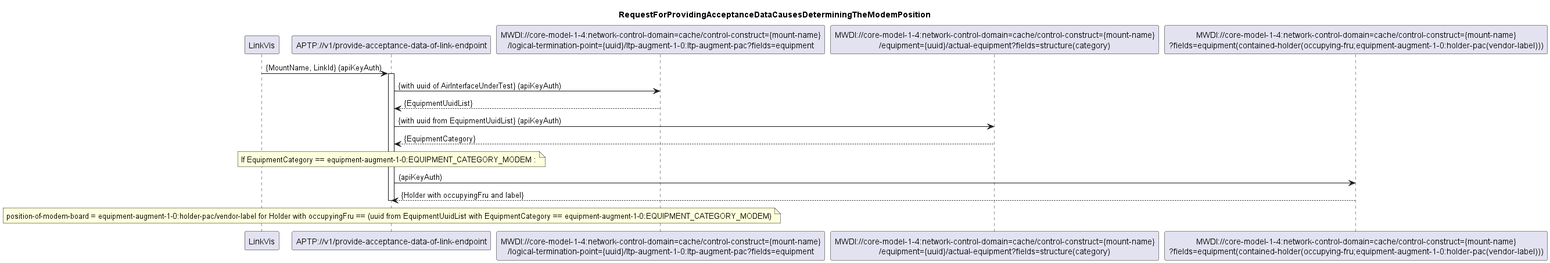
Earlier version of the PlantUML export spec/diagrams/ProvideAcceptanceDataOfLinkEndpoint/150_ModemPosition.png (openBackhaul/AccessPlanningToolProxy). The source it was exported from:
```plantuml
@startuml 150_ModemPosition
skinparam responseMessageBelowArrow true

title
RequestForProvidingAcceptanceDataCausesDeterminingTheModemPosition
end title

participant "LinkVis" as LinkVis
participant "APTP://v1/provide-acceptance-data-of-link-endpoint" as APTP
participant "MWDI://core-model-1-4:network-control-domain=cache/control-construct={mount-name}\n/logical-termination-point={uuid}/ltp-augment-1-0:ltp-augment-pac?fields=equipment" as EquipmentUuid
participant "MWDI://core-model-1-4:network-control-domain=cache/control-construct={mount-name}\n/equipment={uuid}/actual-equipment?fields=structure(category)" as EquipmentCategory
participant "MWDI://core-model-1-4:network-control-domain=cache/control-construct={mount-name}\n?fields=equipment(contained-holder(occupying-fru;equipment-augment-1-0:holder-pac(vendor-label)))" as HolderLabel


LinkVis -> APTP: {MountName, LinkId} (apiKeyAuth)
activate APTP

APTP -> EquipmentUuid: {with uuid of AirInterfaceUnderTest} (apiKeyAuth)
EquipmentUuid --> APTP: {EquipmentUuidList}

APTP -> EquipmentCategory: {with uuid from EquipmentUuidList} (apiKeyAuth)
EquipmentCategory --> APTP: {EquipmentCategory}

note over APTP
If EquipmentCategory == equipment-augment-1-0:EQUIPMENT_CATEGORY_MODEM :
end note

APTP -> HolderLabel: (apiKeyAuth)
HolderLabel --> APTP: {Holder with occupyingFru and label}

note over APTP
position-of-modem-board = equipment-augment-1-0:holder-pac/vendor-label for Holder with occupyingFru == (uuid from EquipmentUuidList with EquipmentCategory == equipment-augment-1-0:EQUIPMENT_CATEGORY_MODEM)
end note

deactivate APTP

@enduml
```
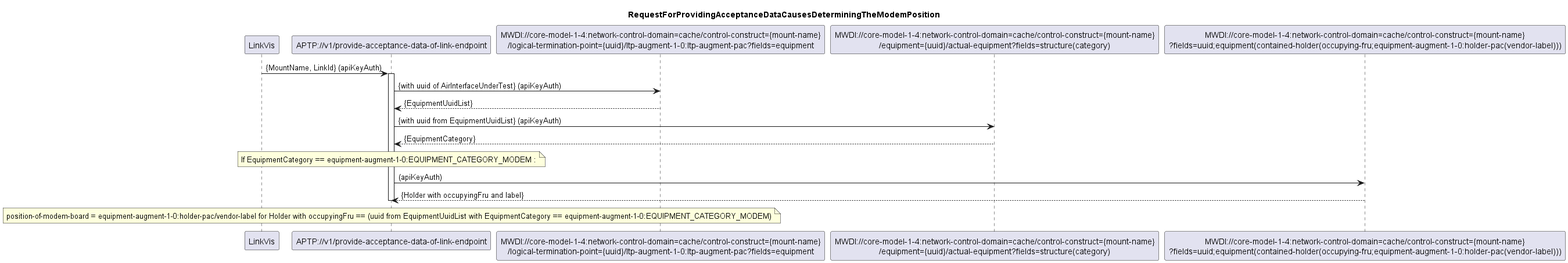
After the change.

Commit message:
Update fieldsFilters in diagrams 140 and 150

Diff of the diagram source:
```diff
@@ -9,7 +9,7 @@
 participant "APTP://v1/provide-acceptance-data-of-link-endpoint" as APTP
 participant "MWDI://core-model-1-4:network-control-domain=cache/control-construct={mount-name}\n/logical-termination-point={uuid}/ltp-augment-1-0:ltp-augment-pac?fields=equipment" as EquipmentUuid
 participant "MWDI://core-model-1-4:network-control-domain=cache/control-construct={mount-name}\n/equipment={uuid}/actual-equipment?fields=structure(category)" as EquipmentCategory
-participant "MWDI://core-model-1-4:network-control-domain=cache/control-construct={mount-name}\n?fields=equipment(contained-holder(occupying-fru;equipment-augment-1-0:holder-pac(vendor-label)))" as HolderLabel
+participant "MWDI://core-model-1-4:network-control-domain=cache/control-construct={mount-name}\n?fields=uuid;equipment(contained-holder(occupying-fru;equipment-augment-1-0:holder-pac(vendor-label)))" as HolderLabel
 
 
 LinkVis -> APTP: {MountName, LinkId} (apiKeyAuth)
```
